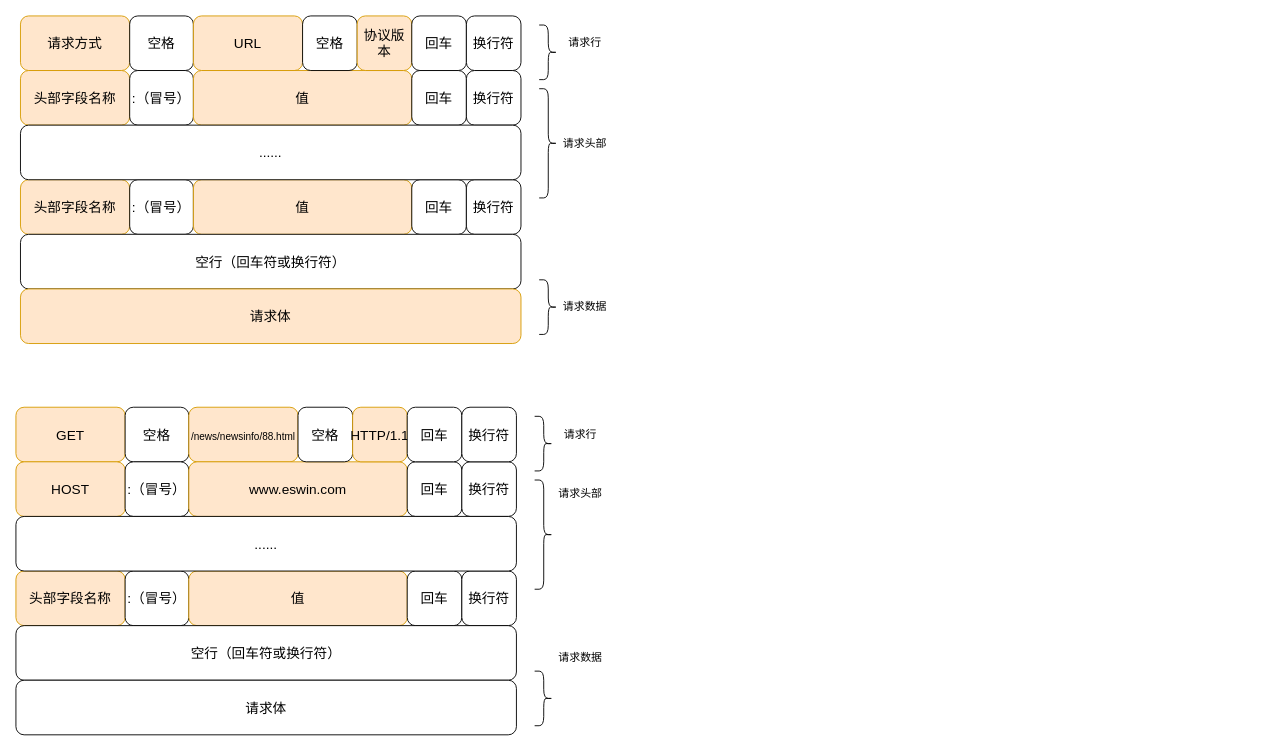
OrangeKitten/nerwork keeps this draw.io diagram as http请求与响应.drawio. Above is the earlier version. Source tidied: cells renumbered, new cells numbered last; positions are measured from the earlier drawing's top-left corner, leaving out a move shared by most shapes. Both pictures are drawn from the tidied source at 91%, with x=0, y=0 at pixel (15, 15).
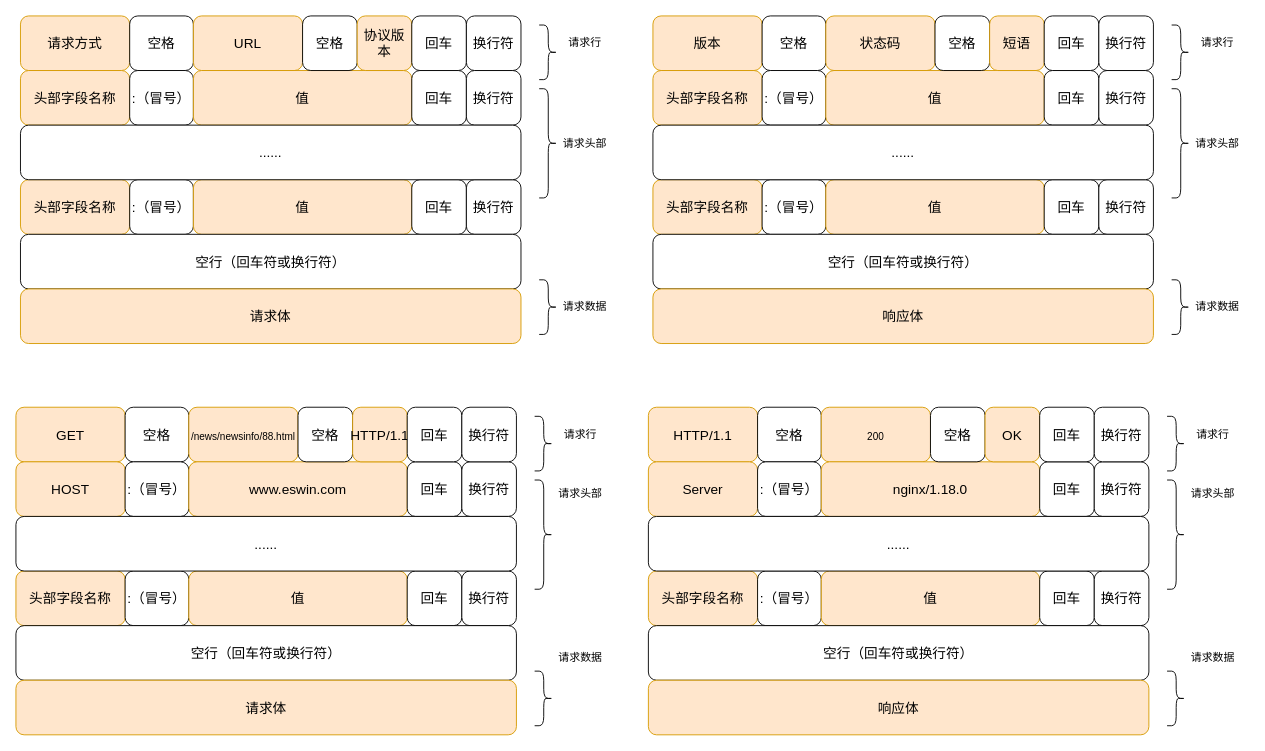
Above is the later version.

Commit message (it also covers changes not shown here):
更新http请求与响应.drawio

Change to the diagram source:
```diff
@@
-    <mxCell id="47" value="请求体" style="rounded=1;whiteSpace=wrap;html=1;fontSize=15;" parent="1" vertex="1">
+    <mxCell id="47" value="请求体" style="rounded=1;whiteSpace=wrap;html=1;fontSize=15;fillColor=#ffe6cc;strokeColor=#d79b00;" parent="1" vertex="1">
       <mxGeometry y="730" width="550" height="60" as="geometry" />
     </mxCell>
@@
+    <mxCell id="54" value="版本" style="rounded=1;whiteSpace=wrap;html=1;fontSize=15;fillColor=#ffe6cc;strokeColor=#d79b00;" parent="1" vertex="1">
+      <mxGeometry x="700" width="120" height="60" as="geometry" />
+    </mxCell>
+    <mxCell id="55" value="空格" style="rounded=1;whiteSpace=wrap;html=1;fontSize=15;" parent="1" vertex="1">
+      <mxGeometry x="820" width="70" height="60" as="geometry" />
+    </mxCell>
+    <mxCell id="56" value="状态码" style="rounded=1;whiteSpace=wrap;html=1;fontSize=15;fillColor=#ffe6cc;strokeColor=#d79b00;" parent="1" vertex="1">
+      <mxGeometry x="890" width="120" height="60" as="geometry" />
+    </mxCell>
+    <mxCell id="57" value="头部字段名称" style="rounded=1;whiteSpace=wrap;html=1;fontSize=15;fillColor=#ffe6cc;strokeColor=#d79b00;" parent="1" vertex="1">
+      <mxGeometry x="700" y="60" width="120" height="60" as="geometry" />
+    </mxCell>
+    <mxCell id="58" value=":（冒号）" style="rounded=1;whiteSpace=wrap;html=1;fontSize=15;" parent="1" vertex="1">
+      <mxGeometry x="820" y="60" width="70" height="60" as="geometry" />
+    </mxCell>
+    <mxCell id="59" value="值" style="rounded=1;whiteSpace=wrap;html=1;fontSize=15;fillColor=#ffe6cc;strokeColor=#d79b00;" parent="1" vertex="1">
+      <mxGeometry x="890" y="60" width="240" height="60" as="geometry" />
+    </mxCell>
+    <mxCell id="60" value="回车" style="rounded=1;whiteSpace=wrap;html=1;fontSize=15;" parent="1" vertex="1">
+      <mxGeometry x="1130" y="60" width="60" height="60" as="geometry" />
+    </mxCell>
+    <mxCell id="61" value="换行符" style="rounded=1;whiteSpace=wrap;html=1;fontSize=15;" parent="1" vertex="1">
+      <mxGeometry x="1190" y="60" width="60" height="60" as="geometry" />
+    </mxCell>
+    <mxCell id="62" value="空格" style="rounded=1;whiteSpace=wrap;html=1;fontSize=15;" parent="1" vertex="1">
+      <mxGeometry x="1010" width="60" height="60" as="geometry" />
+    </mxCell>
+    <mxCell id="63" value="短语" style="rounded=1;whiteSpace=wrap;html=1;fontSize=15;fillColor=#ffe6cc;strokeColor=#d79b00;" parent="1" vertex="1">
+      <mxGeometry x="1070" width="60" height="60" as="geometry" />
+    </mxCell>
+    <mxCell id="64" value="回车" style="rounded=1;whiteSpace=wrap;html=1;fontSize=15;" parent="1" vertex="1">
+      <mxGeometry x="1130" width="60" height="60" as="geometry" />
+    </mxCell>
+    <mxCell id="65" value="换行符" style="rounded=1;whiteSpace=wrap;html=1;fontSize=15;" parent="1" vertex="1">
+      <mxGeometry x="1190" width="60" height="60" as="geometry" />
+    </mxCell>
+    <mxCell id="66" value="头部字段名称" style="rounded=1;whiteSpace=wrap;html=1;fontSize=15;fillColor=#ffe6cc;strokeColor=#d79b00;" parent="1" vertex="1">
+      <mxGeometry x="700" y="180" width="120" height="60" as="geometry" />
+    </mxCell>
+    <mxCell id="67" value=":（冒号）" style="rounded=1;whiteSpace=wrap;html=1;fontSize=15;" parent="1" vertex="1">
+      <mxGeometry x="820" y="180" width="70" height="60" as="geometry" />
+    </mxCell>
+    <mxCell id="68" value="值" style="rounded=1;whiteSpace=wrap;html=1;fontSize=15;fillColor=#ffe6cc;strokeColor=#d79b00;" parent="1" vertex="1">
+      <mxGeometry x="890" y="180" width="240" height="60" as="geometry" />
+    </mxCell>
+    <mxCell id="69" value="回车" style="rounded=1;whiteSpace=wrap;html=1;fontSize=15;" parent="1" vertex="1">
+      <mxGeometry x="1130" y="180" width="60" height="60" as="geometry" />
+    </mxCell>
+    <mxCell id="70" value="换行符" style="rounded=1;whiteSpace=wrap;html=1;fontSize=15;" parent="1" vertex="1">
+      <mxGeometry x="1190" y="180" width="60" height="60" as="geometry" />
+    </mxCell>
+    <mxCell id="71" value="......" style="rounded=1;whiteSpace=wrap;html=1;fontSize=15;" parent="1" vertex="1">
+      <mxGeometry x="700" y="120" width="550" height="60" as="geometry" />
+    </mxCell>
+    <mxCell id="72" value="空行（回车符或换行符）" style="rounded=1;whiteSpace=wrap;html=1;fontSize=15;" parent="1" vertex="1">
+      <mxGeometry x="700" y="240" width="550" height="60" as="geometry" />
+    </mxCell>
+    <mxCell id="73" value="响应体" style="rounded=1;whiteSpace=wrap;html=1;fontSize=15;fillColor=#ffe6cc;strokeColor=#d79b00;" parent="1" vertex="1">
+      <mxGeometry x="700" y="300" width="550" height="60" as="geometry" />
+    </mxCell>
+    <mxCell id="74" style="shape=curlyBracket;whiteSpace=wrap;html=1;rounded=1;flipH=1;labelPosition=right;verticalLabelPosition=middle;align=left;verticalAlign=middle;" parent="1" vertex="1">
+      <mxGeometry x="1270" y="80" width="20" height="120" as="geometry" />
+    </mxCell>
+    <mxCell id="75" value="请求头部" style="text;html=1;align=center;verticalAlign=middle;strokeColor=none;fillColor=none;" parent="1" vertex="1">
+      <mxGeometry x="1285" y="125" width="70" height="30" as="geometry" />
+    </mxCell>
+    <mxCell id="76" value="请求行" style="text;html=1;align=center;verticalAlign=middle;strokeColor=none;fillColor=none;" parent="1" vertex="1">
+      <mxGeometry x="1290" y="15" width="60" height="30" as="geometry" />
+    </mxCell>
+    <mxCell id="77" style="shape=curlyBracket;whiteSpace=wrap;html=1;rounded=1;flipH=1;labelPosition=right;verticalLabelPosition=middle;align=left;verticalAlign=middle;" parent="1" vertex="1">
+      <mxGeometry x="1270" y="10" width="20" height="60" as="geometry" />
+    </mxCell>
+    <mxCell id="78" style="shape=curlyBracket;whiteSpace=wrap;html=1;rounded=1;flipH=1;labelPosition=right;verticalLabelPosition=middle;align=left;verticalAlign=middle;" parent="1" vertex="1">
+      <mxGeometry x="1270" y="290" width="20" height="60" as="geometry" />
+    </mxCell>
+    <mxCell id="79" value="请求数据" style="text;html=1;align=center;verticalAlign=middle;strokeColor=none;fillColor=none;" parent="1" vertex="1">
+      <mxGeometry x="1285" y="305" width="70" height="30" as="geometry" />
+    </mxCell>
+    <mxCell id="80" value="HTTP/1.1" style="rounded=1;whiteSpace=wrap;html=1;fontSize=15;fillColor=#ffe6cc;strokeColor=#d79b00;" parent="1" vertex="1">
+      <mxGeometry x="695" y="430" width="120" height="60" as="geometry" />
+    </mxCell>
+    <mxCell id="81" value="空格" style="rounded=1;whiteSpace=wrap;html=1;fontSize=15;" parent="1" vertex="1">
+      <mxGeometry x="815" y="430" width="70" height="60" as="geometry" />
+    </mxCell>
+    <mxCell id="82" value="&lt;span style=&quot;font-size: 11px;&quot;&gt;200&lt;/span&gt;" style="rounded=1;whiteSpace=wrap;html=1;fontSize=15;fillColor=#ffe6cc;strokeColor=#d79b00;" parent="1" vertex="1">
+      <mxGeometry x="885" y="430" width="120" height="60" as="geometry" />
+    </mxCell>
+    <mxCell id="83" value="Server" style="rounded=1;whiteSpace=wrap;html=1;fontSize=15;fillColor=#ffe6cc;strokeColor=#d79b00;" parent="1" vertex="1">
+      <mxGeometry x="695" y="490" width="120" height="60" as="geometry" />
+    </mxCell>
+    <mxCell id="84" value=":（冒号）" style="rounded=1;whiteSpace=wrap;html=1;fontSize=15;" parent="1" vertex="1">
+      <mxGeometry x="815" y="490" width="70" height="60" as="geometry" />
+    </mxCell>
+    <mxCell id="85" value="nginx/1.18.0" style="rounded=1;whiteSpace=wrap;html=1;fontSize=15;fillColor=#ffe6cc;strokeColor=#d79b00;" parent="1" vertex="1">
+      <mxGeometry x="885" y="490" width="240" height="60" as="geometry" />
+    </mxCell>
+    <mxCell id="86" value="回车" style="rounded=1;whiteSpace=wrap;html=1;fontSize=15;" parent="1" vertex="1">
+      <mxGeometry x="1125" y="490" width="60" height="60" as="geometry" />
+    </mxCell>
+    <mxCell id="87" value="换行符" style="rounded=1;whiteSpace=wrap;html=1;fontSize=15;" parent="1" vertex="1">
+      <mxGeometry x="1185" y="490" width="60" height="60" as="geometry" />
+    </mxCell>
+    <mxCell id="88" value="空格" style="rounded=1;whiteSpace=wrap;html=1;fontSize=15;" parent="1" vertex="1">
+      <mxGeometry x="1005" y="430" width="60" height="60" as="geometry" />
+    </mxCell>
+    <mxCell id="89" value="OK" style="rounded=1;whiteSpace=wrap;html=1;fontSize=15;fillColor=#ffe6cc;strokeColor=#d79b00;" parent="1" vertex="1">
+      <mxGeometry x="1065" y="430" width="60" height="60" as="geometry" />
+    </mxCell>
+    <mxCell id="90" value="回车" style="rounded=1;whiteSpace=wrap;html=1;fontSize=15;" parent="1" vertex="1">
+      <mxGeometry x="1125" y="430" width="60" height="60" as="geometry" />
+    </mxCell>
+    <mxCell id="91" value="换行符" style="rounded=1;whiteSpace=wrap;html=1;fontSize=15;" parent="1" vertex="1">
+      <mxGeometry x="1185" y="430" width="60" height="60" as="geometry" />
+    </mxCell>
+    <mxCell id="92" value="头部字段名称" style="rounded=1;whiteSpace=wrap;html=1;fontSize=15;fillColor=#ffe6cc;strokeColor=#d79b00;" parent="1" vertex="1">
+      <mxGeometry x="695" y="610" width="120" height="60" as="geometry" />
+    </mxCell>
+    <mxCell id="93" value=":（冒号）" style="rounded=1;whiteSpace=wrap;html=1;fontSize=15;" parent="1" vertex="1">
+      <mxGeometry x="815" y="610" width="70" height="60" as="geometry" />
+    </mxCell>
+    <mxCell id="94" value="值" style="rounded=1;whiteSpace=wrap;html=1;fontSize=15;fillColor=#ffe6cc;strokeColor=#d79b00;" parent="1" vertex="1">
+      <mxGeometry x="885" y="610" width="240" height="60" as="geometry" />
+    </mxCell>
+    <mxCell id="95" value="回车" style="rounded=1;whiteSpace=wrap;html=1;fontSize=15;" parent="1" vertex="1">
+      <mxGeometry x="1125" y="610" width="60" height="60" as="geometry" />
+    </mxCell>
+    <mxCell id="96" value="换行符" style="rounded=1;whiteSpace=wrap;html=1;fontSize=15;" parent="1" vertex="1">
+      <mxGeometry x="1185" y="610" width="60" height="60" as="geometry" />
+    </mxCell>
+    <mxCell id="97" value="......" style="rounded=1;whiteSpace=wrap;html=1;fontSize=15;" parent="1" vertex="1">
+      <mxGeometry x="695" y="550" width="550" height="60" as="geometry" />
+    </mxCell>
+    <mxCell id="98" value="空行（回车符或换行符）" style="rounded=1;whiteSpace=wrap;html=1;fontSize=15;" parent="1" vertex="1">
+      <mxGeometry x="695" y="670" width="550" height="60" as="geometry" />
+    </mxCell>
+    <mxCell id="99" value="响应体" style="rounded=1;whiteSpace=wrap;html=1;fontSize=15;fillColor=#ffe6cc;strokeColor=#d79b00;" parent="1" vertex="1">
+      <mxGeometry x="695" y="730" width="550" height="60" as="geometry" />
+    </mxCell>
+    <mxCell id="100" style="shape=curlyBracket;whiteSpace=wrap;html=1;rounded=1;flipH=1;labelPosition=right;verticalLabelPosition=middle;align=left;verticalAlign=middle;" parent="1" vertex="1">
+      <mxGeometry x="1265" y="510" width="20" height="120" as="geometry" />
+    </mxCell>
+    <mxCell id="101" value="请求头部" style="text;html=1;align=center;verticalAlign=middle;strokeColor=none;fillColor=none;" parent="1" vertex="1">
+      <mxGeometry x="1280" y="510" width="70" height="30" as="geometry" />
+    </mxCell>
+    <mxCell id="102" value="请求行" style="text;html=1;align=center;verticalAlign=middle;strokeColor=none;fillColor=none;" parent="1" vertex="1">
+      <mxGeometry x="1285" y="445" width="60" height="30" as="geometry" />
+    </mxCell>
+    <mxCell id="103" style="shape=curlyBracket;whiteSpace=wrap;html=1;rounded=1;flipH=1;labelPosition=right;verticalLabelPosition=middle;align=left;verticalAlign=middle;" parent="1" vertex="1">
+      <mxGeometry x="1265" y="440" width="20" height="60" as="geometry" />
+    </mxCell>
+    <mxCell id="104" style="shape=curlyBracket;whiteSpace=wrap;html=1;rounded=1;flipH=1;labelPosition=right;verticalLabelPosition=middle;align=left;verticalAlign=middle;" parent="1" vertex="1">
+      <mxGeometry x="1265" y="720" width="20" height="60" as="geometry" />
+    </mxCell>
+    <mxCell id="105" value="请求数据" style="text;html=1;align=center;verticalAlign=middle;strokeColor=none;fillColor=none;" parent="1" vertex="1">
+      <mxGeometry x="1280" y="690" width="70" height="30" as="geometry" />
+    </mxCell>
```
